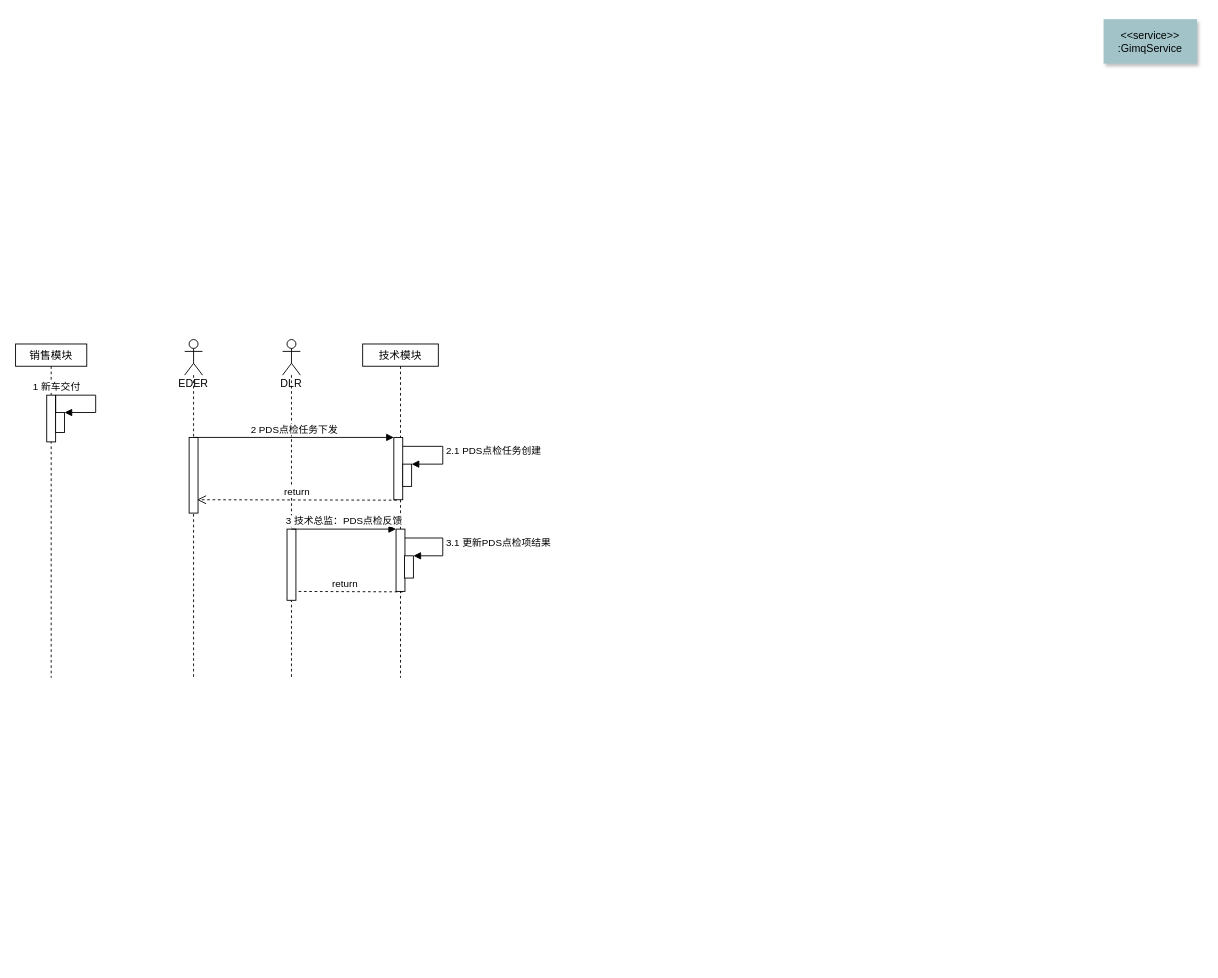
Earlier version of the draw.io diagram test_uml/未命名绘图.drawio (Fat-Rice/study). Source tidied: cells renumbered, new cells numbered last; positions are measured from the earlier drawing's top-left corner, leaving out a move shared by most shapes. Both pictures are drawn from the tidied source at 89%, with x=0, y=0 at pixel (15, 19).
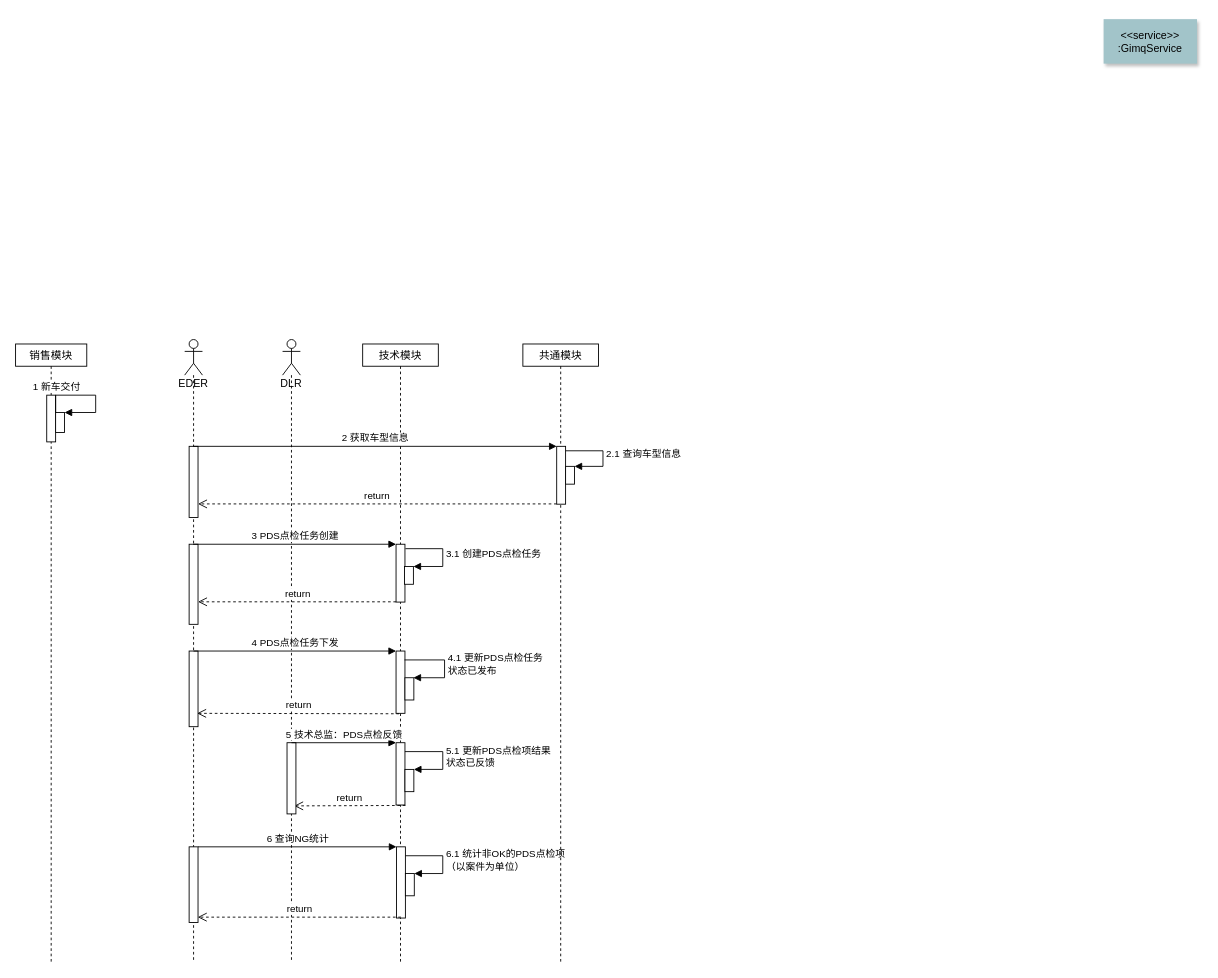
After the change.

Commit message:
更新未命名绘图.drawio

Diff of the diagram source:
```diff
@@
     <mxCell id="3" value="技术模块" style="shape=umlLifeline;perimeter=lifelinePerimeter;whiteSpace=wrap;html=1;size=25;" parent="1" vertex="1">
-      <mxGeometry x="390" y="365" width="85" height="375" as="geometry" />
+      <mxGeometry x="390" y="365" width="85" height="695" as="geometry" />
     </mxCell>
     <mxCell id="4" style="html=1;points=[];perimeter=orthogonalPerimeter;" parent="3" vertex="1">
-      <mxGeometry x="35" y="105" width="10" height="70" as="geometry" />
+      <mxGeometry x="37.5" y="345" width="10" height="70" as="geometry" />
     </mxCell>
     <mxCell id="5" style="html=1;points=[];perimeter=orthogonalPerimeter;" parent="3" vertex="1">
-      <mxGeometry x="37.5" y="208" width="10" height="70" as="geometry" />
+      <mxGeometry x="37.5" y="448" width="10" height="70" as="geometry" />
     </mxCell>
     <mxCell id="6" style="html=1;points=[];perimeter=orthogonalPerimeter;" parent="3" vertex="1">
-      <mxGeometry x="47" y="238" width="10" height="25" as="geometry" />
+      <mxGeometry x="47.5" y="478" width="10" height="25" as="geometry" />
     </mxCell>
-    <mxCell id="7" value="3.1 更新PDS点检项结果" style="edgeStyle=orthogonalEdgeStyle;html=1;align=left;spacingLeft=2;endArrow=block;rounded=0;entryX=1;entryY=0;" parent="3" edge="1" source="5" target="6">
+    <mxCell id="7" value="&lt;div&gt;5.1 更新PDS点检项结果&lt;/div&gt;&lt;div&gt;状态已反馈&lt;/div&gt;" style="edgeStyle=orthogonalEdgeStyle;html=1;align=left;spacingLeft=2;endArrow=block;rounded=0;entryX=1;entryY=0;" parent="3" edge="1" source="5" target="6">
       <mxGeometry relative="1" as="geometry">
         <Array as="points">
-          <mxPoint x="90" y="218" />
-          <mxPoint x="90" y="238" />
+          <mxPoint x="90" y="458" />
+          <mxPoint x="90" y="478" />
         </Array>
       </mxGeometry>
     </mxCell>
-    <mxCell id="8" value="return" style="html=1;verticalAlign=bottom;endArrow=open;dashed=1;endSize=8;exitX=0;exitY=0.95;rounded=0;entryX=1;entryY=0.825;entryDx=0;entryDy=0;entryPerimeter=0;" parent="3" edge="1">
+    <mxCell id="8" value="return" style="html=1;verticalAlign=bottom;endArrow=open;dashed=1;endSize=8;exitX=0;exitY=0.95;rounded=0;" parent="3" edge="1">
       <mxGeometry relative="1" as="geometry">
-        <mxPoint x="45" y="278.5" as="sourcePoint" />
-        <mxPoint x="-85" y="278" as="targetPoint" />
+        <mxPoint x="48" y="518.5" as="sourcePoint" />
+        <mxPoint x="-77" y="519" as="targetPoint" />
       </mxGeometry>
     </mxCell>
     <mxCell id="9" style="html=1;perimeter=orthogonalPerimeter;" parent="3" vertex="1">
-      <mxGeometry x="45" y="135" width="10" height="25" as="geometry" />
+      <mxGeometry x="47.5" y="375" width="10" height="25" as="geometry" />
     </mxCell>
-    <mxCell id="10" value="2.1 PDS点检任务创建" style="edgeStyle=orthogonalEdgeStyle;html=1;align=left;spacingLeft=2;endArrow=block;rounded=0;" parent="3" edge="1">
-      <mxGeometry relative="1" as="geometry">
-        <mxPoint x="45" y="115" as="sourcePoint" />
-        <mxPoint x="55" y="135" as="targetPoint" />
-        <Array as="points">
-          <mxPoint x="90" y="115" />
-          <mxPoint x="90" y="135" />
-        </Array>
-      </mxGeometry>
-    </mxCell>
+    <mxCell id="23" style="html=1;points=[];perimeter=orthogonalPerimeter;" parent="3" vertex="1">
+      <mxGeometry x="37.5" y="225" width="10" height="65" as="geometry" />
+    </mxCell>
+    <mxCell id="24" style="html=1;points=[];perimeter=orthogonalPerimeter;" parent="3" vertex="1">
+      <mxGeometry x="47" y="250" width="10" height="20" as="geometry" />
+    </mxCell>
+    <mxCell id="25" value="3.1 创建PDS点检任务" style="edgeStyle=orthogonalEdgeStyle;html=1;align=left;spacingLeft=2;endArrow=block;rounded=0;entryX=1;entryY=0;" parent="3" edge="1" target="24">
+      <mxGeometry relative="1" as="geometry">
+        <mxPoint x="48" y="230" as="sourcePoint" />
+        <Array as="points">
+          <mxPoint x="90" y="230" />
+          <mxPoint x="90" y="250" />
+        </Array>
+      </mxGeometry>
+    </mxCell>
+    <mxCell id="26" style="html=1;points=[];perimeter=orthogonalPerimeter;" parent="3" vertex="1">
+      <mxGeometry x="38" y="565" width="10" height="80" as="geometry" />
+    </mxCell>
+    <mxCell id="27" style="html=1;points=[];perimeter=orthogonalPerimeter;" parent="3" vertex="1">
+      <mxGeometry x="48" y="595" width="10" height="25" as="geometry" />
+    </mxCell>
+    <mxCell id="28" value="&lt;div&gt;6.1 统计非OK的PDS点检项&lt;/div&gt;&lt;div&gt;（以案件为单位）&lt;br&gt;&lt;/div&gt;" style="edgeStyle=orthogonalEdgeStyle;html=1;align=left;spacingLeft=2;endArrow=block;rounded=0;entryX=1;entryY=0;" parent="3" edge="1" target="27">
+      <mxGeometry relative="1" as="geometry">
+        <mxPoint x="48" y="575" as="sourcePoint" />
+        <Array as="points">
+          <mxPoint x="90" y="575" />
+          <mxPoint x="90" y="595" />
+        </Array>
+      </mxGeometry>
+    </mxCell>
     <mxCell id="11" value="DLR &amp;nbsp;&amp;nbsp;&amp;nbsp;&amp;nbsp;&amp;nbsp;&amp;nbsp;&amp;nbsp;&amp;nbsp;&amp;nbsp;&amp;nbsp;&amp;nbsp;&amp;nbsp;&amp;nbsp;&amp;nbsp;&amp;nbsp;&amp;nbsp;&amp;nbsp;&amp;nbsp;&amp;nbsp;&amp;nbsp;&amp;nbsp;&amp;nbsp;&amp;nbsp;&amp;nbsp;&amp;nbsp;&amp;nbsp; " style="shape=umlLifeline;participant=umlActor;perimeter=lifelinePerimeter;whiteSpace=wrap;html=1;verticalAlign=top;spacingTop=36;" parent="1" vertex="1">
-      <mxGeometry x="300" y="360" width="20" height="380" as="geometry" />
+      <mxGeometry x="300" y="360" width="20" height="700" as="geometry" />
     </mxCell>
     <mxCell id="12" style="html=1;perimeter=orthogonalPerimeter;" parent="11" vertex="1">
-      <mxGeometry x="5" y="213" width="10" height="80" as="geometry" />
+      <mxGeometry x="5" y="453" width="10" height="80" as="geometry" />
     </mxCell>
     <mxCell id="13" value="EDER" style="shape=umlLifeline;participant=umlActor;perimeter=lifelinePerimeter;whiteSpace=wrap;html=1;verticalAlign=top;spacingTop=36;outlineConnect=0;" parent="1" vertex="1">
-      <mxGeometry x="190" y="360" width="20" height="380" as="geometry" />
+      <mxGeometry x="190" y="360" width="20" height="700" as="geometry" />
     </mxCell>
     <mxCell id="14" style="html=1;perimeter=orthogonalPerimeter;" parent="13" vertex="1">
-      <mxGeometry x="5" y="110" width="10" height="85" as="geometry" />
+      <mxGeometry x="5" y="350" width="10" height="85" as="geometry" />
     </mxCell>
+    <mxCell id="29" style="html=1;perimeter=orthogonalPerimeter;" parent="13" vertex="1">
+      <mxGeometry x="5" y="120" width="10" height="80" as="geometry" />
+    </mxCell>
+    <mxCell id="30" style="html=1;points=[];perimeter=orthogonalPerimeter;" parent="13" vertex="1">
+      <mxGeometry x="5" y="230" width="10" height="90" as="geometry" />
+    </mxCell>
+    <mxCell id="31" style="html=1;points=[];perimeter=orthogonalPerimeter;" parent="13" vertex="1">
+      <mxGeometry x="5" y="570" width="10" height="85" as="geometry" />
+    </mxCell>
     <mxCell id="15" value="销售模块" style="shape=umlLifeline;perimeter=lifelinePerimeter;whiteSpace=wrap;html=1;size=25;" parent="1" vertex="1">
-      <mxGeometry y="365" width="80" height="375" as="geometry" />
+      <mxGeometry y="365" width="80" height="695" as="geometry" />
     </mxCell>
@@
-    <mxCell id="20" value="2 PDS点检任务下发" style="html=1;verticalAlign=bottom;endArrow=block;entryX=0;entryY=0;rounded=0;" parent="1" edge="1" target="4">
+    <mxCell id="20" value="4 PDS点检任务下发" style="html=1;verticalAlign=bottom;endArrow=block;entryX=0;entryY=0;rounded=0;" parent="1" edge="1" target="4">
       <mxGeometry relative="1" as="geometry">
-        <mxPoint x="200" y="470" as="sourcePoint" />
+        <mxPoint x="200" y="710" as="sourcePoint" />
       </mxGeometry>
     </mxCell>
     <mxCell id="21" value="return" style="html=1;verticalAlign=bottom;endArrow=open;dashed=1;endSize=8;exitX=0.333;exitY=1.007;rounded=0;exitDx=0;exitDy=0;exitPerimeter=0;" parent="1" edge="1" source="4">
       <mxGeometry relative="1" as="geometry">
-        <mxPoint x="204" y="540" as="targetPoint" />
+        <mxPoint x="204" y="780" as="targetPoint" />
       </mxGeometry>
     </mxCell>
-    <mxCell id="22" value="3 技术总监：PDS点检反馈" style="html=1;verticalAlign=bottom;endArrow=block;entryX=0;entryY=0;rounded=0;" parent="1" edge="1" target="5">
+    <mxCell id="22" value="5 技术总监：PDS点检反馈" style="html=1;verticalAlign=bottom;endArrow=block;entryX=0;entryY=0;rounded=0;" parent="1" edge="1" target="5">
       <mxGeometry relative="1" as="geometry">
-        <mxPoint x="310" y="573" as="sourcePoint" />
+        <mxPoint x="310" y="813" as="sourcePoint" />
       </mxGeometry>
     </mxCell>
+    <mxCell id="32" value="共通模块" style="shape=umlLifeline;perimeter=lifelinePerimeter;whiteSpace=wrap;html=1;size=25;" parent="1" vertex="1">
+      <mxGeometry x="570" y="365" width="85" height="695" as="geometry" />
+    </mxCell>
+    <mxCell id="33" style="html=1;points=[];perimeter=orthogonalPerimeter;" parent="32" vertex="1">
+      <mxGeometry x="38" y="115" width="10" height="65" as="geometry" />
+    </mxCell>
+    <mxCell id="34" style="html=1;points=[];perimeter=orthogonalPerimeter;" parent="32" vertex="1">
+      <mxGeometry x="48" y="137.5" width="10" height="20" as="geometry" />
+    </mxCell>
+    <mxCell id="35" value="2.1 查询车型信息" style="edgeStyle=orthogonalEdgeStyle;html=1;align=left;spacingLeft=2;endArrow=block;rounded=0;entryX=1;entryY=0;" parent="32" edge="1" target="34">
+      <mxGeometry relative="1" as="geometry">
+        <mxPoint x="48" y="120" as="sourcePoint" />
+        <Array as="points">
+          <mxPoint x="90" y="120" />
+          <mxPoint x="90" y="138" />
+        </Array>
+      </mxGeometry>
+    </mxCell>
+    <mxCell id="10" value="&lt;div&gt;4.1 更新PDS点检任务&lt;/div&gt;&lt;div&gt;状态已发布&lt;br&gt;&lt;/div&gt;" style="edgeStyle=orthogonalEdgeStyle;html=1;align=left;spacingLeft=2;endArrow=block;rounded=0;" parent="1" edge="1">
+      <mxGeometry relative="1" as="geometry">
+        <mxPoint x="437" y="720" as="sourcePoint" />
+        <mxPoint x="447" y="740" as="targetPoint" />
+        <Array as="points">
+          <mxPoint x="482" y="720" />
+          <mxPoint x="482" y="740" />
+        </Array>
+      </mxGeometry>
+    </mxCell>
+    <mxCell id="36" value="2 获取车型信息" style="html=1;verticalAlign=bottom;endArrow=block;entryX=0;entryY=0;rounded=0;" parent="1" edge="1" source="13" target="33">
+      <mxGeometry relative="1" as="geometry" />
+    </mxCell>
+    <mxCell id="37" value="return" style="html=1;verticalAlign=bottom;endArrow=open;dashed=1;endSize=8;exitX=0;exitY=0.95;rounded=0;" parent="1" edge="1">
+      <mxGeometry relative="1" as="geometry">
+        <mxPoint x="608" y="544.7" as="sourcePoint" />
+        <mxPoint x="205" y="544.7" as="targetPoint" />
+      </mxGeometry>
+    </mxCell>
+    <mxCell id="38" value="3 PDS点检任务创建" style="html=1;verticalAlign=bottom;endArrow=block;entryX=0;entryY=0;rounded=0;" parent="1" edge="1" source="13" target="23">
+      <mxGeometry relative="1" as="geometry" />
+    </mxCell>
+    <mxCell id="39" value="return" style="html=1;verticalAlign=bottom;endArrow=open;dashed=1;endSize=8;exitX=0;exitY=0.95;rounded=0;" parent="1" edge="1" target="30">
+      <mxGeometry relative="1" as="geometry">
+        <mxPoint x="427.5" y="654.7" as="sourcePoint" />
+      </mxGeometry>
+    </mxCell>
+    <mxCell id="40" value="6 查询NG统计" style="html=1;verticalAlign=bottom;endArrow=block;entryX=0;entryY=0;rounded=0;" parent="1" edge="1" source="31" target="26">
+      <mxGeometry relative="1" as="geometry" />
+    </mxCell>
+    <mxCell id="41" value="return" style="html=1;verticalAlign=bottom;endArrow=open;dashed=1;endSize=8;exitX=0;exitY=0.95;rounded=0;" parent="1" edge="1">
+      <mxGeometry relative="1" as="geometry">
+        <mxPoint x="433" y="1009" as="sourcePoint" />
+        <mxPoint x="204.7" y="1009" as="targetPoint" />
+      </mxGeometry>
+    </mxCell>
```
